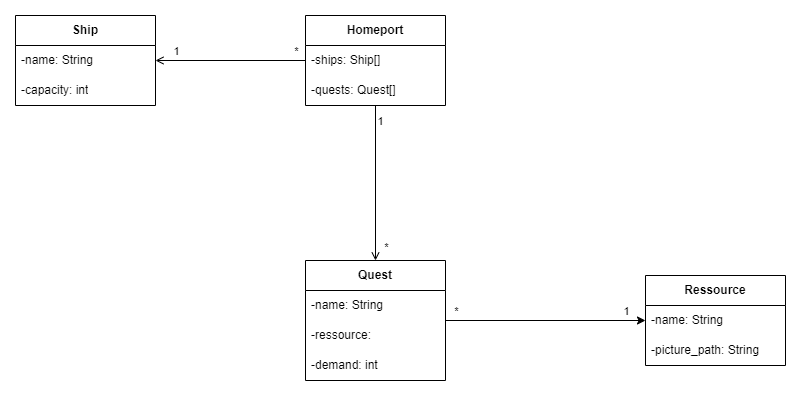
Earlier version of the draw.io export Klassendiagramm_Backend.drawio.png (Mole1803/SPoRT). Source tidied: cells renumbered, new cells last; positions are measured from the earlier drawing's top-left corner, leaving out a move shared by most shapes. Its diagram source:
```xml
<mxGraphModel>
  <root>
    <mxCell id="0" />
    <mxCell id="1" parent="0" />
    <mxCell id="2" style="edgeStyle=orthogonalEdgeStyle;rounded=0;jettySize=auto;html=1;endArrow=none;endFill=0;startArrow=open;startFill=0;" parent="1" edge="1" source="5" target="11">
      <mxGeometry relative="1" as="geometry" />
    </mxCell>
    <mxCell id="3" value="*" style="edgeLabel;html=1;align=center;verticalAlign=middle;" parent="2" vertex="1">
      <mxGeometry x="0.67" y="1" relative="1" as="geometry">
        <mxPoint x="15" y="-9" as="offset" />
      </mxGeometry>
    </mxCell>
    <mxCell id="4" value="1" style="edgeLabel;html=1;align=center;verticalAlign=middle;" parent="2" vertex="1">
      <mxGeometry x="-0.69" y="-2" relative="1" as="geometry">
        <mxPoint x="-3" y="-12" as="offset" />
      </mxGeometry>
    </mxCell>
    <mxCell id="5" value="&lt;b&gt;Ship&lt;/b&gt;" style="swimlane;fontStyle=0;horizontal=1;startSize=30;whiteSpace=wrap;html=1;" parent="1" vertex="1">
      <mxGeometry width="140" height="90" as="geometry" />
    </mxCell>
    <mxCell id="6" value="-name: String" style="text;strokeColor=none;fillColor=none;align=left;verticalAlign=middle;spacingLeft=4;spacingRight=4;overflow=hidden;whiteSpace=wrap;html=1;" parent="5" vertex="1">
      <mxGeometry y="30" width="140" height="30" as="geometry" />
    </mxCell>
    <mxCell id="7" value="-capacity: int" style="text;strokeColor=none;fillColor=none;align=left;verticalAlign=middle;spacingLeft=4;spacingRight=4;overflow=hidden;whiteSpace=wrap;html=1;" parent="5" vertex="1">
      <mxGeometry y="60" width="140" height="30" as="geometry" />
    </mxCell>
    <mxCell id="8" style="edgeStyle=orthogonalEdgeStyle;rounded=0;jettySize=auto;html=1;endArrow=open;endFill=0;" parent="1" edge="1" source="11" target="17">
      <mxGeometry relative="1" as="geometry" />
    </mxCell>
    <mxCell id="9" value="1" style="edgeLabel;html=1;align=center;verticalAlign=middle;" parent="8" vertex="1">
      <mxGeometry x="-0.75" y="4" relative="1" as="geometry">
        <mxPoint y="-4" as="offset" />
      </mxGeometry>
    </mxCell>
    <mxCell id="10" value="*" style="edgeLabel;html=1;align=center;verticalAlign=middle;" parent="8" vertex="1">
      <mxGeometry x="0.82" y="5" relative="1" as="geometry">
        <mxPoint x="5" as="offset" />
      </mxGeometry>
    </mxCell>
    <mxCell id="11" value="&lt;b&gt;Homeport&lt;/b&gt;" style="swimlane;fontStyle=0;horizontal=1;startSize=30;whiteSpace=wrap;html=1;" parent="1" vertex="1">
      <mxGeometry x="290" width="140" height="90" as="geometry" />
    </mxCell>
    <mxCell id="12" value="-ships: Ship[]" style="text;strokeColor=none;fillColor=none;align=left;verticalAlign=middle;spacingLeft=4;spacingRight=4;overflow=hidden;whiteSpace=wrap;html=1;" parent="11" vertex="1">
      <mxGeometry y="30" width="140" height="30" as="geometry" />
    </mxCell>
    <mxCell id="13" value="-quests: Quest[]" style="text;strokeColor=none;fillColor=none;align=left;verticalAlign=middle;spacingLeft=4;spacingRight=4;overflow=hidden;whiteSpace=wrap;html=1;" parent="11" vertex="1">
      <mxGeometry y="60" width="140" height="30" as="geometry" />
    </mxCell>
    <mxCell id="14" style="edgeStyle=orthogonalEdgeStyle;rounded=0;jettySize=auto;html=1;" parent="1" edge="1" source="17" target="21">
      <mxGeometry relative="1" as="geometry" />
    </mxCell>
    <mxCell id="15" value="1" style="edgeLabel;html=1;align=center;verticalAlign=middle;" parent="14" vertex="1">
      <mxGeometry x="-0.81" y="3" relative="1" as="geometry">
        <mxPoint x="161" y="-7" as="offset" />
      </mxGeometry>
    </mxCell>
    <mxCell id="16" value="*" style="edgeLabel;html=1;align=center;verticalAlign=middle;" parent="14" vertex="1">
      <mxGeometry x="0.75" y="2" relative="1" as="geometry">
        <mxPoint x="-165" y="-8" as="offset" />
      </mxGeometry>
    </mxCell>
    <mxCell id="17" value="&lt;b&gt;Quest&lt;/b&gt;" style="swimlane;fontStyle=0;horizontal=1;startSize=30;whiteSpace=wrap;html=1;" parent="1" vertex="1">
      <mxGeometry x="290" y="245" width="140" height="120" as="geometry" />
    </mxCell>
    <mxCell id="18" value="-name: String" style="text;strokeColor=none;fillColor=none;align=left;verticalAlign=middle;spacingLeft=4;spacingRight=4;overflow=hidden;whiteSpace=wrap;html=1;" parent="17" vertex="1">
      <mxGeometry y="30" width="140" height="30" as="geometry" />
    </mxCell>
    <mxCell id="19" value="-ressource:&amp;nbsp;" style="text;strokeColor=none;fillColor=none;align=left;verticalAlign=middle;spacingLeft=4;spacingRight=4;overflow=hidden;whiteSpace=wrap;html=1;" parent="17" vertex="1">
      <mxGeometry y="60" width="140" height="30" as="geometry" />
    </mxCell>
    <mxCell id="20" value="-demand: int" style="text;strokeColor=none;fillColor=none;align=left;verticalAlign=middle;spacingLeft=4;spacingRight=4;overflow=hidden;whiteSpace=wrap;html=1;" parent="17" vertex="1">
      <mxGeometry y="90" width="140" height="30" as="geometry" />
    </mxCell>
    <mxCell id="21" value="&lt;b&gt;Ressource&lt;/b&gt;" style="swimlane;fontStyle=0;horizontal=1;startSize=30;whiteSpace=wrap;html=1;" parent="1" vertex="1">
      <mxGeometry x="630" y="260" width="140" height="90" as="geometry" />
    </mxCell>
    <mxCell id="22" value="-name: String" style="text;strokeColor=none;fillColor=none;align=left;verticalAlign=middle;spacingLeft=4;spacingRight=4;overflow=hidden;whiteSpace=wrap;html=1;" parent="21" vertex="1">
      <mxGeometry y="30" width="140" height="30" as="geometry" />
    </mxCell>
    <mxCell id="23" value="-picture_path: String" style="text;strokeColor=none;fillColor=none;align=left;verticalAlign=middle;spacingLeft=4;spacingRight=4;overflow=hidden;whiteSpace=wrap;html=1;" parent="21" vertex="1">
      <mxGeometry y="60" width="140" height="30" as="geometry" />
    </mxCell>
  </root>
</mxGraphModel>
```
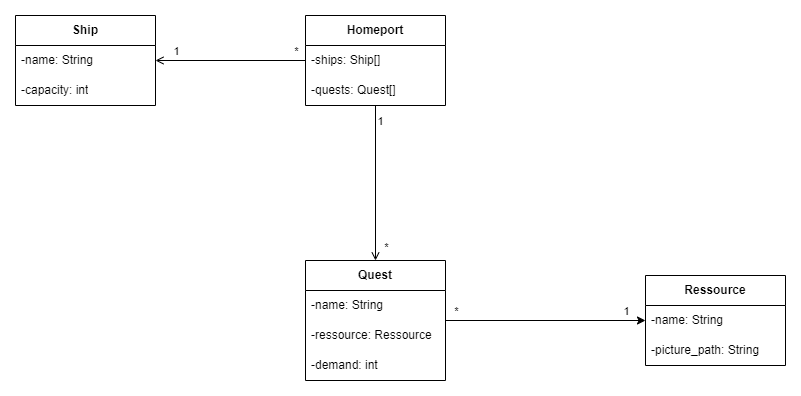
Later version of the same file.

Commit message:
fix class diagram

Change to the diagram source:
```diff
@@ -65,7 +65,7 @@
     <mxCell id="18" value="-name: String" style="text;strokeColor=none;fillColor=none;align=left;verticalAlign=middle;spacingLeft=4;spacingRight=4;overflow=hidden;whiteSpace=wrap;html=1;" parent="17" vertex="1">
       <mxGeometry y="30" width="140" height="30" as="geometry" />
     </mxCell>
-    <mxCell id="19" value="-ressource:&amp;nbsp;" style="text;strokeColor=none;fillColor=none;align=left;verticalAlign=middle;spacingLeft=4;spacingRight=4;overflow=hidden;whiteSpace=wrap;html=1;" parent="17" vertex="1">
+    <mxCell id="19" value="-ressource: Ressource" style="text;strokeColor=none;fillColor=none;align=left;verticalAlign=middle;spacingLeft=4;spacingRight=4;overflow=hidden;whiteSpace=wrap;html=1;" parent="17" vertex="1">
       <mxGeometry y="60" width="140" height="30" as="geometry" />
     </mxCell>
     <mxCell id="20" value="-demand: int" style="text;strokeColor=none;fillColor=none;align=left;verticalAlign=middle;spacingLeft=4;spacingRight=4;overflow=hidden;whiteSpace=wrap;html=1;" parent="17" vertex="1">
```
